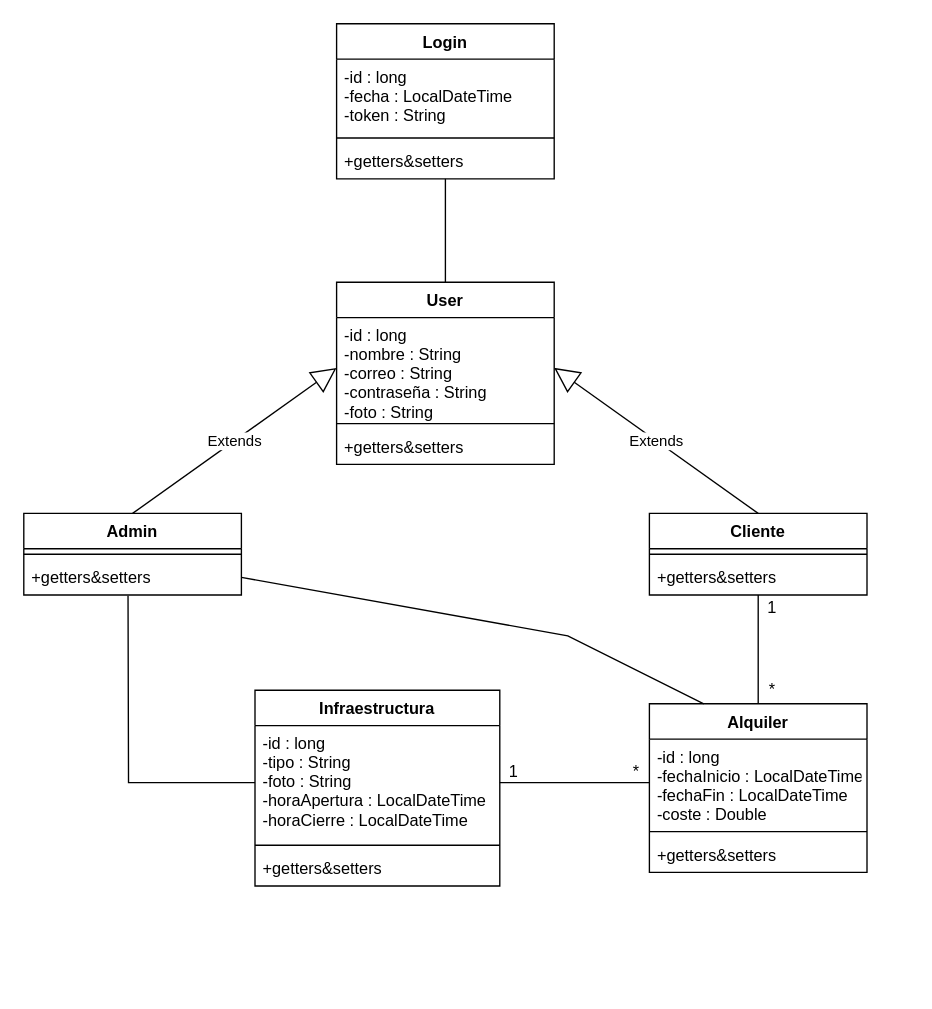
emilio2403/PracticaFinalCursoBack keeps this draw.io diagram as diagram/DCBACK.drawio. Above is the earlier version. Source tidied: cells renumbered, new cells numbered last; positions are measured from the earlier drawing's top-left corner, leaving out a move shared by most shapes. Both pictures are drawn from the tidied source at 136%, with x=0, y=0 at pixel (23, 23).
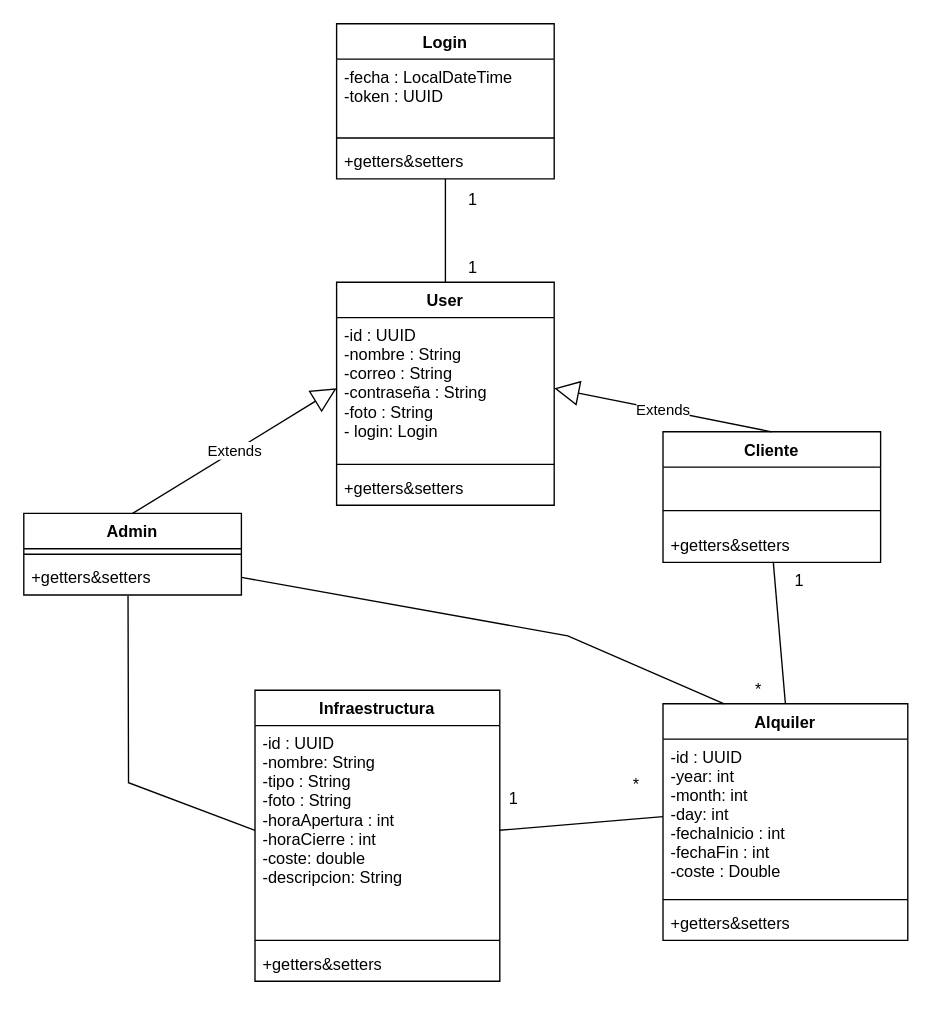
The same diagram, later.

Commit message:
Digrama Clases Acabado

The change refers to these unchanged cells:
```xml
<mxCell id="9" value="Login" style="swimlane;fontStyle=1;align=center;verticalAlign=top;horizontal=1;startSize=26;" parent="1" vertex="1">
  <mxGeometry x="230" width="160" height="114" as="geometry" />
</mxCell>
```

The edit, as a diff of the source:
```diff
@@
     <mxCell id="2" value="User" style="swimlane;fontStyle=1;align=center;verticalAlign=top;horizontal=1;startSize=26;" parent="1" vertex="1">
-      <mxGeometry x="230" y="190" width="160" height="134" as="geometry" />
+      <mxGeometry x="230" y="190" width="160" height="164" as="geometry" />
     </mxCell>
-    <mxCell id="3" value="-id : long&#10;-nombre : String&#10;-correo : String&#10;-contraseña : String&#10;-foto : String&#10;" style="text;strokeColor=none;fillColor=none;align=left;verticalAlign=top;spacingLeft=4;spacingRight=4;overflow=hidden;points=[[0,0.5],[1,0.5]];portConstraint=eastwest;" parent="2" vertex="1">
-      <mxGeometry y="26" width="160" height="74" as="geometry" />
+    <mxCell id="3" value="-id : UUID&#10;-nombre : String&#10;-correo : String&#10;-contraseña : String&#10;-foto : String&#10;- login: Login&#10;" style="text;strokeColor=none;fillColor=none;align=left;verticalAlign=top;spacingLeft=4;spacingRight=4;overflow=hidden;points=[[0,0.5],[1,0.5]];portConstraint=eastwest;" parent="2" vertex="1">
+      <mxGeometry y="26" width="160" height="104" as="geometry" />
     </mxCell>
     <mxCell id="4" style="line;strokeWidth=1;fillColor=none;align=left;verticalAlign=middle;spacingTop=-1;spacingLeft=3;spacingRight=3;labelPosition=right;" parent="2" vertex="1">
-      <mxGeometry y="100" width="160" height="8" as="geometry" />
+      <mxGeometry y="130" width="160" height="8" as="geometry" />
     </mxCell>
     <mxCell id="5" value="+getters&amp;setters" style="text;strokeColor=none;fillColor=none;align=left;verticalAlign=top;spacingLeft=4;spacingRight=4;overflow=hidden;" parent="2" vertex="1">
-      <mxGeometry y="108" width="160" height="26" as="geometry" />
+      <mxGeometry y="138" width="160" height="26" as="geometry" />
     </mxCell>
@@
-    <mxCell id="10" value="-id : long&#10;-fecha : LocalDateTime&#10;-token : String&#10;" style="text;strokeColor=none;fillColor=none;align=left;verticalAlign=top;spacingLeft=4;spacingRight=4;overflow=hidden;" parent="9" vertex="1">
+    <mxCell id="10" value="-fecha : LocalDateTime&#10;-token : UUID&#10;" style="text;strokeColor=none;fillColor=none;align=left;verticalAlign=top;spacingLeft=4;spacingRight=4;overflow=hidden;" parent="9" vertex="1">
       <mxGeometry y="26" width="160" height="54" as="geometry" />
     </mxCell>
@@
     <mxCell id="13" value="Cliente" style="swimlane;fontStyle=1;align=center;verticalAlign=top;horizontal=1;startSize=26;" parent="1" vertex="1">
-      <mxGeometry x="460" y="360" width="160" height="60" as="geometry" />
+      <mxGeometry x="470" y="300" width="160" height="96" as="geometry" />
     </mxCell>
+    <mxCell id="35" value="&lt;br&gt;" style="text;html=1;align=left;verticalAlign=middle;strokeColor=none;fillColor=none;" parent="13" vertex="1">
+      <mxGeometry y="26" width="160" height="20" as="geometry" />
+    </mxCell>
     <mxCell id="14" style="line;strokeWidth=1;fillColor=none;align=left;verticalAlign=middle;spacingTop=-1;spacingLeft=3;spacingRight=3;labelPosition=right;" parent="13" vertex="1">
-      <mxGeometry y="26" width="160" height="8" as="geometry" />
+      <mxGeometry y="46" width="160" height="24" as="geometry" />
     </mxCell>
     <mxCell id="15" value="+getters&amp;setters" style="text;strokeColor=none;fillColor=none;align=left;verticalAlign=top;spacingLeft=4;spacingRight=4;overflow=hidden;points=[[0,0.5],[1,0.5]];portConstraint=eastwest;" parent="13" vertex="1">
-      <mxGeometry y="34" width="160" height="26" as="geometry" />
+      <mxGeometry y="70" width="160" height="26" as="geometry" />
     </mxCell>
     <mxCell id="16" value="Infraestructura" style="swimlane;fontStyle=1;align=center;verticalAlign=top;horizontal=1;startSize=26;" parent="1" vertex="1">
-      <mxGeometry x="170" y="490" width="180" height="144" as="geometry" />
+      <mxGeometry x="170" y="490" width="180" height="214" as="geometry" />
     </mxCell>
-    <mxCell id="17" value="-id : long&#10;-tipo : String&#10;-foto : String&#10;-horaApertura : LocalDateTime&#10;-horaCierre : LocalDateTime&#10;&#10;" style="text;strokeColor=none;fillColor=none;align=left;verticalAlign=top;spacingLeft=4;spacingRight=4;overflow=hidden;points=[[0,0.5],[1,0.5]];portConstraint=eastwest;" parent="16" vertex="1">
-      <mxGeometry y="26" width="180" height="84" as="geometry" />
+    <mxCell id="17" value="-id : UUID&#10;-nombre: String&#10;-tipo : String&#10;-foto : String&#10;-horaApertura : int&#10;-horaCierre : int&#10;-coste: double&#10;-descripcion: String&#10;&#10;" style="text;strokeColor=none;fillColor=none;align=left;verticalAlign=top;spacingLeft=4;spacingRight=4;overflow=hidden;points=[[0,0.5],[1,0.5]];portConstraint=eastwest;" parent="16" vertex="1">
+      <mxGeometry y="26" width="180" height="154" as="geometry" />
     </mxCell>
     <mxCell id="18" style="line;strokeWidth=1;fillColor=none;align=left;verticalAlign=middle;spacingTop=-1;spacingLeft=3;spacingRight=3;labelPosition=right;" parent="16" vertex="1">
-      <mxGeometry y="110" width="180" height="8" as="geometry" />
+      <mxGeometry y="180" width="180" height="8" as="geometry" />
     </mxCell>
     <mxCell id="19" value="+getters&amp;setters" style="text;strokeColor=none;fillColor=none;align=left;verticalAlign=top;spacingLeft=4;spacingRight=4;overflow=hidden;" parent="16" vertex="1">
-      <mxGeometry y="118" width="180" height="26" as="geometry" />
+      <mxGeometry y="188" width="180" height="26" as="geometry" />
     </mxCell>
     <mxCell id="20" value="Alquiler" style="swimlane;fontStyle=1;align=center;verticalAlign=top;horizontal=1;startSize=26;" parent="1" vertex="1">
-      <mxGeometry x="460" y="500" width="160" height="124" as="geometry" />
+      <mxGeometry x="470" y="500" width="180" height="174" as="geometry" />
     </mxCell>
-    <mxCell id="21" value="-id : long&#10;-fechaInicio : LocalDateTime&#10;-fechaFin : LocalDateTime&#10;-coste : Double&#10;&#10;" style="text;strokeColor=none;fillColor=none;align=left;verticalAlign=top;spacingLeft=4;spacingRight=4;overflow=hidden;points=[[0,0.5],[1,0.5]];portConstraint=eastwest;" parent="20" vertex="1">
-      <mxGeometry y="26" width="160" height="64" as="geometry" />
+    <mxCell id="21" value="-id : UUID&#10;-year: int&#10;-month: int&#10;-day: int&#10;-fechaInicio : int&#10;-fechaFin : int&#10;-coste : Double&#10;" style="text;strokeColor=none;fillColor=none;align=left;verticalAlign=top;spacingLeft=4;spacingRight=4;overflow=hidden;points=[[0,0.5],[1,0.5]];portConstraint=eastwest;" parent="20" vertex="1">
+      <mxGeometry y="26" width="180" height="114" as="geometry" />
     </mxCell>
     <mxCell id="22" style="line;strokeWidth=1;fillColor=none;align=left;verticalAlign=middle;spacingTop=-1;spacingLeft=3;spacingRight=3;labelPosition=right;" parent="20" vertex="1">
-      <mxGeometry y="90" width="160" height="8" as="geometry" />
+      <mxGeometry y="140" width="180" height="8" as="geometry" />
     </mxCell>
     <mxCell id="23" value="+getters&amp;setters" style="text;strokeColor=none;fillColor=none;align=left;verticalAlign=top;spacingLeft=4;spacingRight=4;overflow=hidden;" parent="20" vertex="1">
-      <mxGeometry y="98" width="160" height="26" as="geometry" />
+      <mxGeometry y="148" width="180" height="26" as="geometry" />
     </mxCell>
@@
     <mxCell id="29" value="1" style="text;html=1;align=center;verticalAlign=middle;strokeColor=none;fillColor=none;" parent="1" vertex="1">
-      <mxGeometry x="350" y="540" width="20" height="20" as="geometry" />
+      <mxGeometry x="350" y="560" width="20" height="20" as="geometry" />
     </mxCell>
     <mxCell id="30" value="*" style="text;html=1;align=center;verticalAlign=middle;strokeColor=none;fillColor=none;" parent="1" vertex="1">
-      <mxGeometry x="440" y="540" width="20" height="20" as="geometry" />
+      <mxGeometry x="440" y="550" width="20" height="20" as="geometry" />
     </mxCell>
     <mxCell id="31" value="*" style="text;html=1;align=center;verticalAlign=middle;strokeColor=none;fillColor=none;" parent="1" vertex="1">
-      <mxGeometry x="540" y="480" width="20" height="20" as="geometry" />
+      <mxGeometry x="530" y="480" width="20" height="20" as="geometry" />
     </mxCell>
     <mxCell id="32" value="1" style="text;html=1;align=center;verticalAlign=middle;strokeColor=none;fillColor=none;" parent="1" vertex="1">
-      <mxGeometry x="540" y="420" width="20" height="20" as="geometry" />
+      <mxGeometry x="560" y="400" width="20" height="20" as="geometry" />
     </mxCell>
@@
+    <mxCell id="36" value="1" style="text;html=1;align=center;verticalAlign=middle;strokeColor=none;fillColor=none;" parent="1" vertex="1">
+      <mxGeometry x="320" y="120" width="20" height="20" as="geometry" />
+    </mxCell>
+    <mxCell id="37" value="1" style="text;html=1;align=center;verticalAlign=middle;strokeColor=none;fillColor=none;" parent="1" vertex="1">
+      <mxGeometry x="320" y="170" width="20" height="20" as="geometry" />
+    </mxCell>
```
